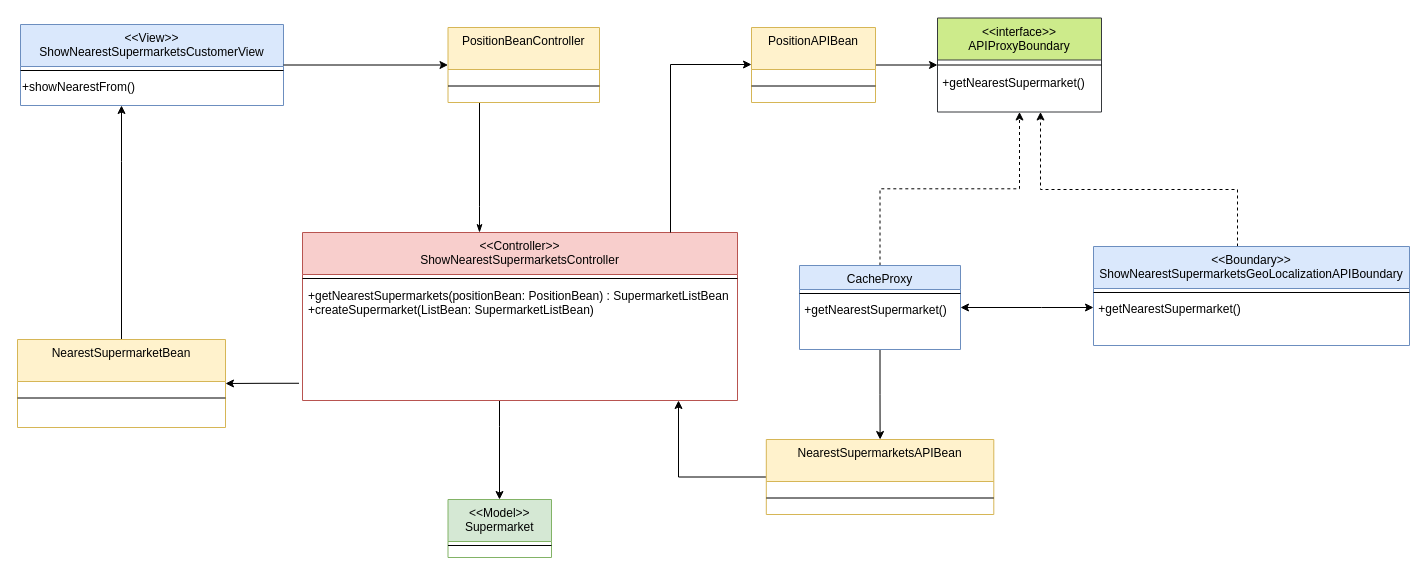
Before: docx&pdf/ClassDiagram_BCE/DESIGN_ShowNearestSupermarket.drawio in FredHats99/HealthyCart, a draw.io diagram. Source tidied: cells renumbered, new cells numbered last; positions are measured from the earlier drawing's top-left corner, leaving out a move shared by most shapes. Both pictures are drawn from the tidied source at 100%, with x=0, y=0 at pixel (17, 17).
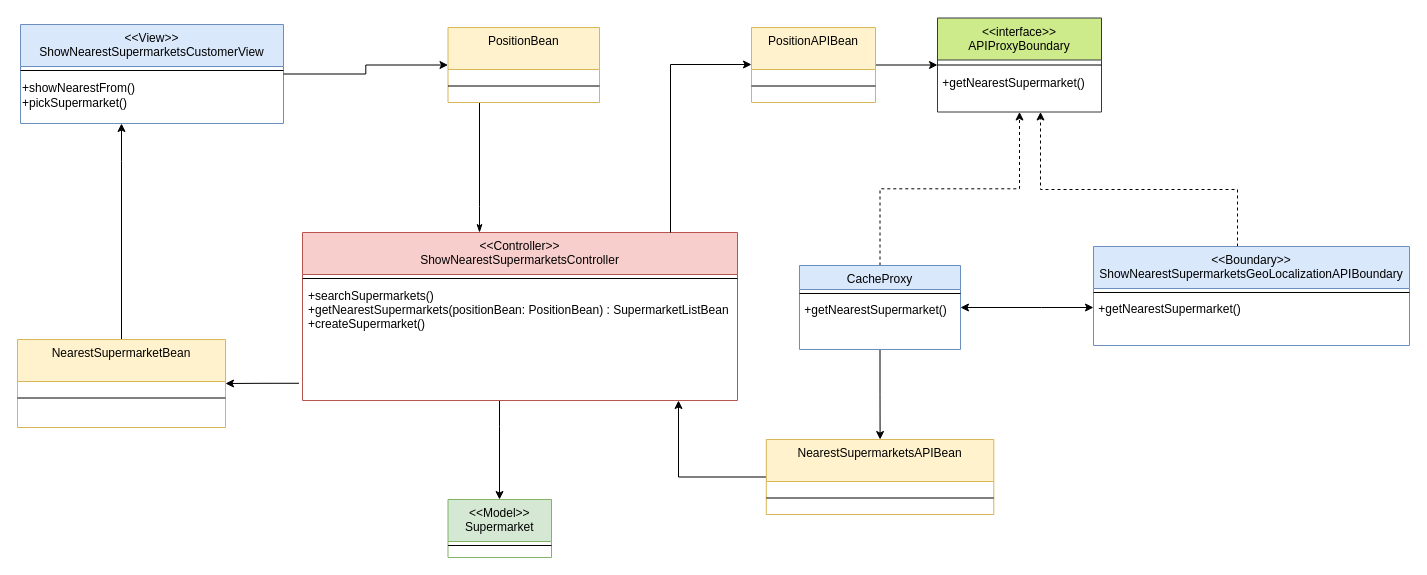
The same diagram, later.

Commit message (it also covers changes not shown here):
Written the second Sequence Diagram. Minor changes to DESIGN_ShowNearestSupermarket.drawio to maintain coherence between diagrams.

The change refers to these unchanged cells:
```xml
<mxCell id="5" value="&lt;&lt;Controller&gt;&gt;&#10;ShowNearestSupermarketsController&#10;" style="swimlane;fontStyle=0;align=center;verticalAlign=top;horizontal=1;startSize=42;rounded=0;shadow=0;strokeWidth=1;fillColor=#f8cecc;strokeColor=#b85450;" parent="1" vertex="1">
  <mxGeometry x="285" y="215" width="435" height="168" as="geometry" />
</mxCell>
```

The edit, as a diff of the source:
```diff
@@
-    <mxCell id="7" value="+getNearestSupermarkets(positionBean: PositionBean) : SupermarketListBean&#10;+createSupermarket(ListBean: SupermarketListBean)&#10;" style="text;align=left;verticalAlign=top;spacingLeft=4;spacingRight=4;overflow=hidden;points=[[0,0.5],[1,0.5]];portConstraint=eastwest;" parent="5" vertex="1">
+    <mxCell id="7" value="+searchSupermarkets()&#10;+getNearestSupermarkets(positionBean: PositionBean) : SupermarketListBean&#10;+createSupermarket()&#10;" style="text;align=left;verticalAlign=top;spacingLeft=4;spacingRight=4;overflow=hidden;points=[[0,0.5],[1,0.5]];portConstraint=eastwest;" parent="5" vertex="1">
       <mxGeometry y="50" width="435" height="118" as="geometry" />
     </mxCell>
     <mxCell id="8" value="&lt;&lt;View&gt;&gt;&#10;ShowNearestSupermarketsCustomerView&#10;" style="swimlane;fontStyle=0;align=center;verticalAlign=top;horizontal=1;startSize=42;rounded=0;shadow=0;strokeWidth=1;fillColor=#dae8fc;strokeColor=#6c8ebf;" parent="1" vertex="1">
-      <mxGeometry x="3" y="7" width="263" height="81" as="geometry" />
+      <mxGeometry x="3" y="7" width="263" height="99" as="geometry" />
     </mxCell>
@@
-    <mxCell id="10" value="+showNearestFrom()" style="text;html=1;align=left;verticalAlign=middle;strokeColor=none;fillColor=none;" parent="8" vertex="1">
-      <mxGeometry y="50" width="263" height="26" as="geometry" />
+    <mxCell id="10" value="+showNearestFrom()&lt;br&gt;+pickSupermarket()" style="text;html=1;align=left;verticalAlign=middle;strokeColor=none;fillColor=none;" parent="8" vertex="1">
+      <mxGeometry y="50" width="263" height="41" as="geometry" />
     </mxCell>
@@
-    <mxCell id="20" value="PositionBeanController" style="swimlane;fontStyle=0;align=center;verticalAlign=top;horizontal=1;startSize=42;rounded=0;shadow=0;strokeWidth=1;fillColor=#fff2cc;strokeColor=#d6b656;" parent="1" vertex="1">
+    <mxCell id="20" value="PositionBean" style="swimlane;fontStyle=0;align=center;verticalAlign=top;horizontal=1;startSize=42;rounded=0;shadow=0;strokeWidth=1;fillColor=#fff2cc;strokeColor=#d6b656;" parent="1" vertex="1">
       <mxGeometry x="430.5" y="10" width="151.5" height="75" as="geometry" />
     </mxCell>
```
